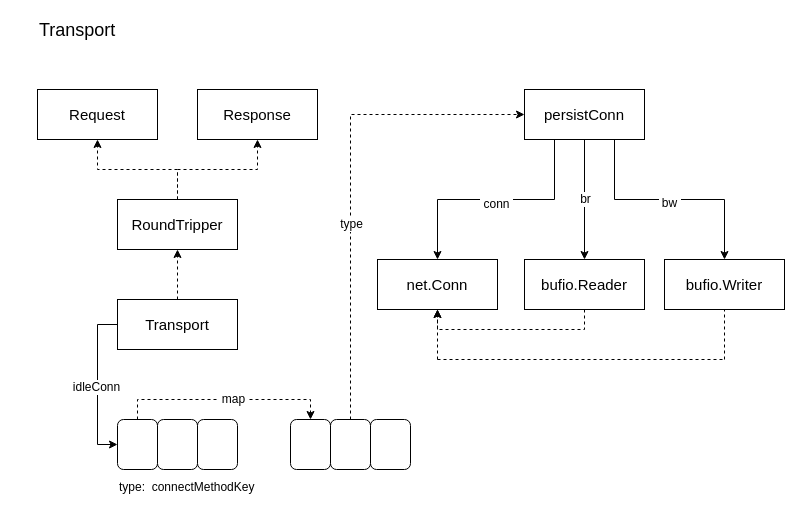
Above: page "Page-2" (2 of 4) of go-net.drawio in oiar/assets (draw.io), before the change. Source tidied: cells renumbered, new cells numbered last; positions are measured from the earlier drawing's top-left corner, leaving out a move shared by most shapes. Both pictures are drawn from the tidied source at 100%, with x=0, y=0 at pixel (37, 17).
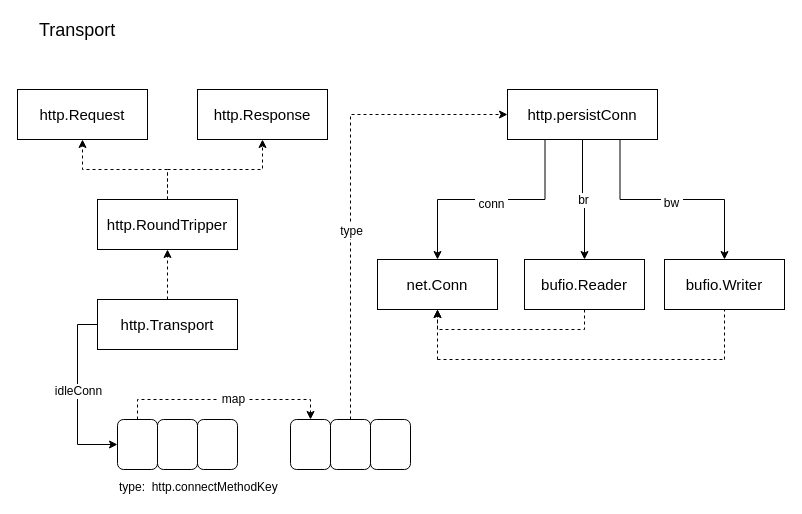
The same diagram, later.

The change refers to these unchanged cells:
```xml
<mxCell id="3" style="edgeStyle=orthogonalEdgeStyle;rounded=0;jettySize=auto;html=1;exitX=0;exitY=0.5;exitDx=0;exitDy=0;entryX=0;entryY=0.5;entryDx=0;entryDy=0;" parent="1" edge="1" source="5" target="13">
  <mxGeometry relative="1" as="geometry" />
</mxCell>
```

The edit, as a diff of the source:
```diff
@@
     <mxCell id="4" value="idleConn" style="text;html=1;align=center;verticalAlign=middle;labelBackgroundColor=#ffffff;" parent="3" vertex="1">
-      <mxGeometry x="0.03" y="-2" relative="1" as="geometry" />
+      <mxGeometry x="0.03" y="-2" relative="1" as="geometry">
+        <mxPoint x="2" y="-7" as="offset" />
+      </mxGeometry>
     </mxCell>
-    <mxCell id="5" value="&lt;font style=&quot;font-size: 15px&quot;&gt;Transport&lt;/font&gt;" style="rounded=0;whiteSpace=wrap;html=1;" parent="1" vertex="1">
-      <mxGeometry x="80" y="282" width="120" height="50" as="geometry" />
+    <mxCell id="5" value="&lt;font style=&quot;font-size: 15px&quot;&gt;http.Transport&lt;/font&gt;" style="rounded=0;whiteSpace=wrap;html=1;" parent="1" vertex="1">
+      <mxGeometry x="60" y="282" width="140" height="50" as="geometry" />
     </mxCell>
@@
-    <mxCell id="8" value="&lt;font style=&quot;font-size: 15px&quot;&gt;RoundTripper&lt;/font&gt;" style="rounded=0;whiteSpace=wrap;html=1;" parent="1" vertex="1">
-      <mxGeometry x="80" y="182" width="120" height="50" as="geometry" />
+    <mxCell id="8" value="&lt;font style=&quot;font-size: 15px&quot;&gt;http.RoundTripper&lt;/font&gt;" style="rounded=0;whiteSpace=wrap;html=1;" parent="1" vertex="1">
+      <mxGeometry x="60" y="182" width="140" height="50" as="geometry" />
     </mxCell>
-    <mxCell id="9" value="&lt;font style=&quot;font-size: 15px&quot;&gt;Response&lt;/font&gt;" style="rounded=0;whiteSpace=wrap;html=1;" parent="1" vertex="1">
-      <mxGeometry x="160" y="72" width="120" height="50" as="geometry" />
+    <mxCell id="9" value="&lt;font style=&quot;font-size: 15px&quot;&gt;http.Response&lt;/font&gt;" style="rounded=0;whiteSpace=wrap;html=1;" parent="1" vertex="1">
+      <mxGeometry x="160" y="72" width="130" height="50" as="geometry" />
     </mxCell>
-    <mxCell id="10" value="&lt;font style=&quot;font-size: 15px&quot;&gt;Request&lt;/font&gt;" style="rounded=0;whiteSpace=wrap;html=1;" parent="1" vertex="1">
-      <mxGeometry y="72" width="120" height="50" as="geometry" />
+    <mxCell id="10" value="&lt;font style=&quot;font-size: 15px&quot;&gt;http.Request&lt;/font&gt;" style="rounded=0;whiteSpace=wrap;html=1;" parent="1" vertex="1">
+      <mxGeometry x="-20" y="72" width="130" height="50" as="geometry" />
     </mxCell>
@@
-    <mxCell id="16" value="type:&amp;nbsp; connectMethodKey" style="text;html=1;align=left;verticalAlign=top;spacingTop=-4;" parent="1" vertex="1">
-      <mxGeometry x="80" y="460" width="150" height="20" as="geometry" />
+    <mxCell id="16" value="type:&amp;nbsp; http.connectMethodKey" style="text;html=1;align=left;verticalAlign=top;spacingTop=-4;" parent="1" vertex="1">
+      <mxGeometry x="80" y="460" width="170" height="20" as="geometry" />
     </mxCell>
@@
-    <mxCell id="28" value="&lt;font style=&quot;font-size: 15px&quot;&gt;persistConn&lt;/font&gt;" style="rounded=0;whiteSpace=wrap;html=1;" parent="1" vertex="1">
-      <mxGeometry x="487" y="72" width="120" height="50" as="geometry" />
+    <mxCell id="28" value="&lt;font style=&quot;font-size: 15px&quot;&gt;http.persistConn&lt;/font&gt;" style="rounded=0;whiteSpace=wrap;html=1;" parent="1" vertex="1">
+      <mxGeometry x="470" y="72" width="150" height="50" as="geometry" />
     </mxCell>
```
